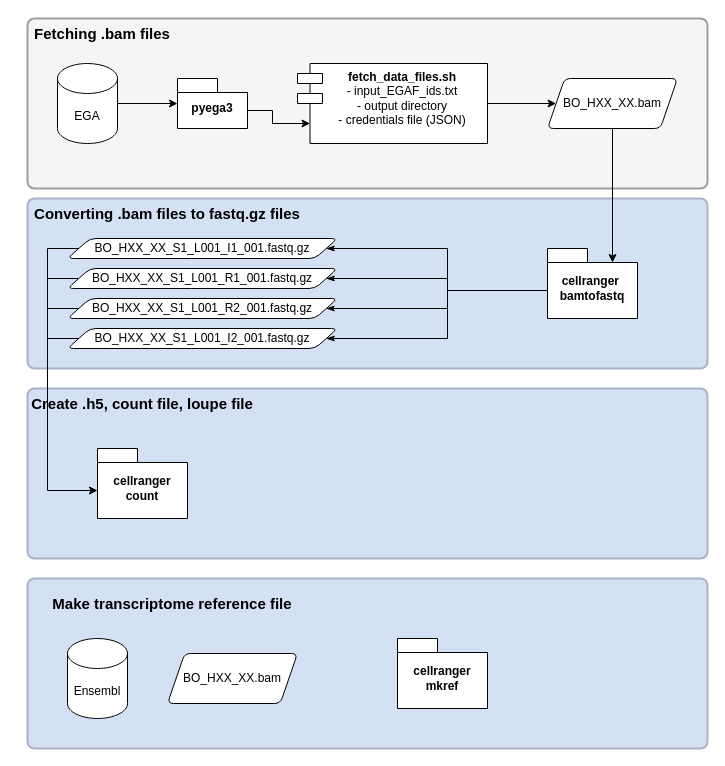
Earlier version of the draw.io diagram page "Page-1" (1 of 2) of Untitled Diagram.drawio (degommers/PKP2_cardio_snRNAseq). Source tidied: cells renumbered, new cells numbered last; positions are measured from the earlier drawing's top-left corner, leaving out a move shared by most shapes. Both pictures are drawn from the tidied source at 100%, with x=0, y=0 at pixel (17, 18).
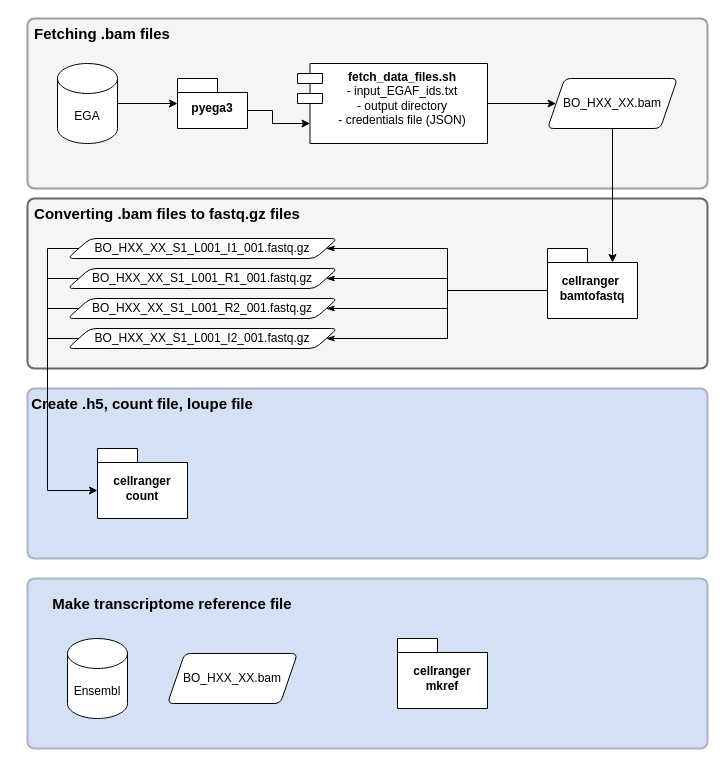
Above is the later version.

What changed in the source:
```diff
@@
-    <mxCell id="9" style="rounded=1;whiteSpace=wrap;html=1;absoluteArcSize=1;arcSize=14;strokeWidth=2;fillColor=#D4E1F5;strokeColor=#AAB4C4;" parent="1" vertex="1">
+    <mxCell id="9" style="rounded=1;whiteSpace=wrap;html=1;absoluteArcSize=1;arcSize=14;strokeWidth=2;fillColor=#f5f5f5;strokeColor=#666666;fontColor=#333333;" parent="1" vertex="1">
       <mxGeometry x="10" y="180" width="680" height="170" as="geometry" />
     </mxCell>
```
